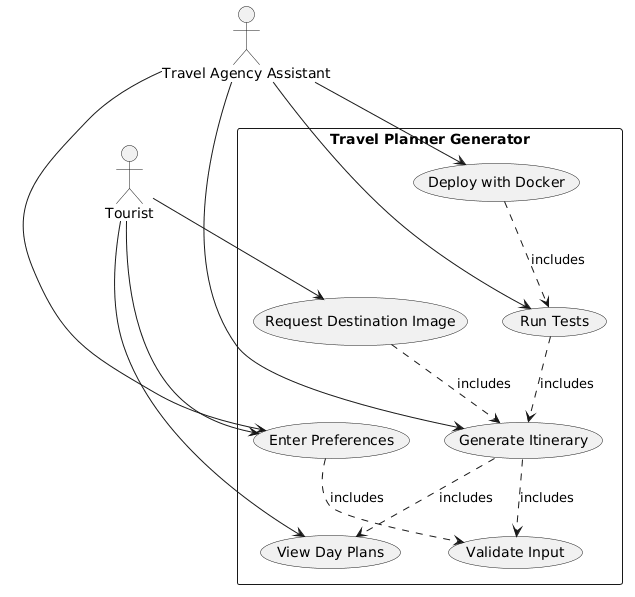
The PlantUML diagram Task1/artifacts/uml/use_case_diagram.png in EasonYang0618/travel-planner-generator, before a commit.
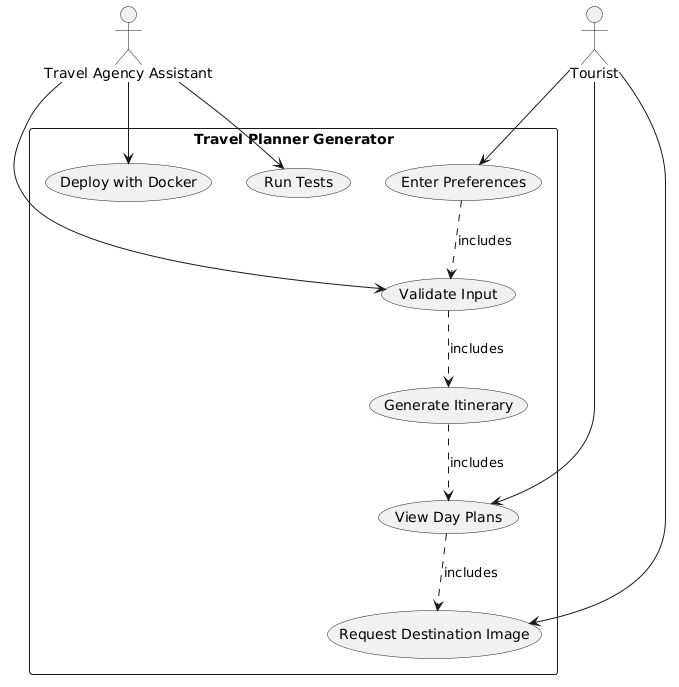
Above is the later version.

What changed in the source:
```diff
@@ -3,28 +3,25 @@
 actor "Travel Agency Assistant" as Assistant
 
 rectangle "Travel Planner Generator" {
-usecase "Enter Preferences" as UC1
-usecase "Validate Input" as UC2
-usecase "Generate Itinerary" as UC3
-usecase "View Day Plans" as UC4
-usecase "Request Destination Image" as UC5
-usecase "Run Tests" as UC6
-usecase "Deploy with Docker" as UC7
+ usecase "Enter Preferences" as UC1
+ usecase "Validate Input" as UC2
+ usecase "Generate Itinerary" as UC3
+ usecase "View Day Plans" as UC4
+ usecase "Request Destination Image" as UC5
+ usecase "Run Tests" as UC6
+ usecase "Deploy with Docker" as UC7
 }
 
 Tourist --> UC1
+UC1 ..> UC2 : includes
+UC2 ..> UC3 : includes
+UC3 ..> UC4 : includes
+UC4 ..> UC5 : includes
+
 Tourist --> UC4
 Tourist --> UC5
 
-Assistant --> UC1
-Assistant --> UC3
 Assistant --> UC6
 Assistant --> UC7
-
-UC1 ..> UC2 : includes
-UC3 ..> UC2 : includes
-UC3 ..> UC4 : includes
-UC5 ..> UC3 : includes
-UC6 ..> UC3 : includes
-UC7 ..> UC6 : includes
+Assistant --> UC2
 @enduml
```
